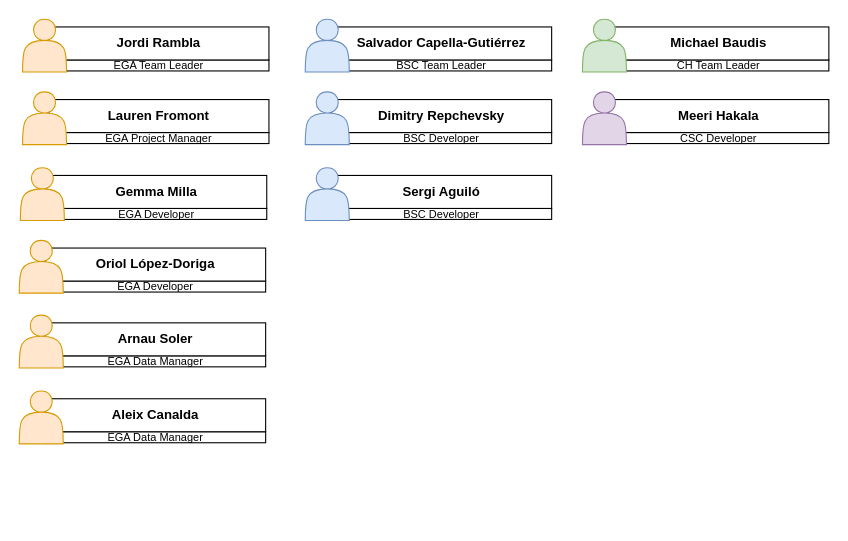
Earlier version of the draw.io diagram team_structure.drawio (costero-e/harrypotter). Source tidied: cells renumbered, new cells numbered last; positions are measured from the earlier drawing's top-left corner, leaving out a move shared by most shapes. Both pictures are drawn from the tidied source at 110%, with x=0, y=0 at pixel (19, 19).
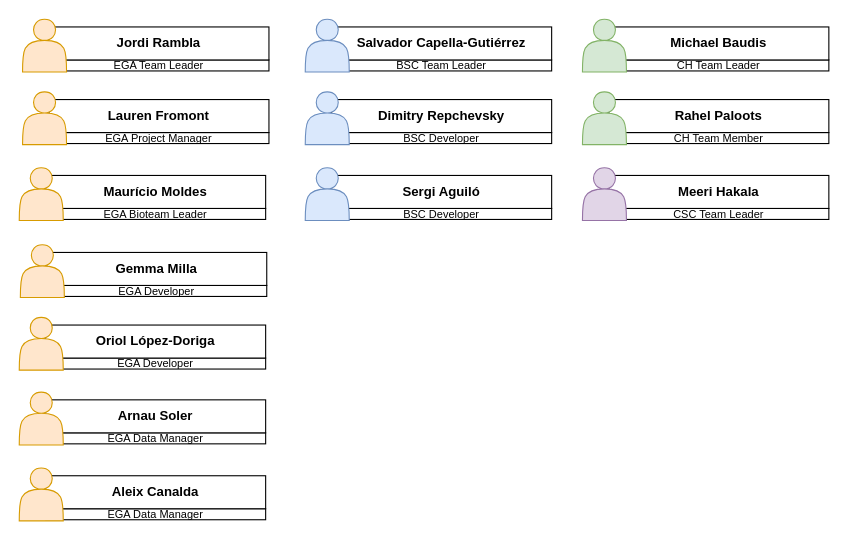
The same diagram, later.

Diff of the diagram source:
```diff
@@
     <mxCell id="22" style="group;" parent="1" vertex="1">
-      <mxGeometry x="1" y="135" width="224" height="48" as="geometry" />
+      <mxGeometry x="1" y="205" width="224" height="48" as="geometry" />
     </mxCell>
@@
     <mxCell id="26" style="group;" parent="1" vertex="1">
-      <mxGeometry y="201" width="224" height="48" as="geometry" />
+      <mxGeometry y="271" width="224" height="48" as="geometry" />
     </mxCell>
@@
     <mxCell id="30" style="group;" parent="1" vertex="1">
-      <mxGeometry y="269" width="224" height="48" as="geometry" />
+      <mxGeometry y="339" width="224" height="48" as="geometry" />
     </mxCell>
@@
     <mxCell id="34" style="group;" parent="1" vertex="1">
-      <mxGeometry y="338" width="224" height="48" as="geometry" />
+      <mxGeometry y="408" width="224" height="48" as="geometry" />
     </mxCell>
@@
     <mxCell id="42" style="group;" parent="1" vertex="1">
-      <mxGeometry x="512" y="66" width="224" height="48" as="geometry" />
+      <mxGeometry x="512" y="135" width="224" height="48" as="geometry" />
     </mxCell>
-    <mxCell id="43" value="&lt;span&gt;&lt;font style=&quot;font-size: 10px;&quot;&gt;CSC Developer&lt;/font&gt;&lt;/span&gt;" style="rounded=0;whiteSpace=wrap;html=1;fontStyle=0;" parent="42" vertex="1">
+    <mxCell id="43" value="&lt;span&gt;&lt;font style=&quot;font-size: 10px;&quot;&gt;CSC Team Leader&lt;/font&gt;&lt;/span&gt;" style="rounded=0;whiteSpace=wrap;html=1;fontStyle=0;" parent="42" vertex="1">
       <mxGeometry x="24" y="37" width="200" height="10" as="geometry" />
     </mxCell>
@@
+    <mxCell id="46" style="group;" parent="1" vertex="1">
+      <mxGeometry x="512" y="66" width="224" height="48" as="geometry" />
+    </mxCell>
+    <mxCell id="47" value="&lt;span&gt;&lt;font style=&quot;font-size: 10px;&quot;&gt;CH Team Member&lt;/font&gt;&lt;/span&gt;" style="rounded=0;whiteSpace=wrap;html=1;fontStyle=0;" parent="46" vertex="1">
+      <mxGeometry x="24" y="37" width="200" height="10" as="geometry" />
+    </mxCell>
+    <mxCell id="48" value="Rahel Paloots" style="rounded=0;whiteSpace=wrap;html=1;fontStyle=1;" parent="46" vertex="1">
+      <mxGeometry x="24" y="7" width="200" height="30" as="geometry" />
+    </mxCell>
+    <mxCell id="49" style="shape=actor;whiteSpace=wrap;html=1;fillColor=#d5e8d4;strokeColor=#82b366;" parent="46" vertex="1">
+      <mxGeometry width="40" height="48" as="geometry" />
+    </mxCell>
+    <mxCell id="50" style="group;" parent="1" vertex="1">
+      <mxGeometry y="135" width="224" height="48" as="geometry" />
+    </mxCell>
+    <mxCell id="51" value="&lt;span&gt;&lt;font style=&quot;font-size: 10px;&quot;&gt;EGA Bioteam Leader&lt;/font&gt;&lt;/span&gt;" style="rounded=0;whiteSpace=wrap;html=1;fontStyle=0;" parent="50" vertex="1">
+      <mxGeometry x="24" y="37" width="200" height="10" as="geometry" />
+    </mxCell>
+    <mxCell id="52" value="Maurício Moldes" style="rounded=0;whiteSpace=wrap;html=1;fontStyle=1;" parent="50" vertex="1">
+      <mxGeometry x="24" y="7" width="200" height="30" as="geometry" />
+    </mxCell>
+    <mxCell id="53" style="shape=actor;whiteSpace=wrap;html=1;fillColor=#ffe6cc;strokeColor=#d79b00;" parent="50" vertex="1">
+      <mxGeometry width="40" height="48" as="geometry" />
+    </mxCell>
```
